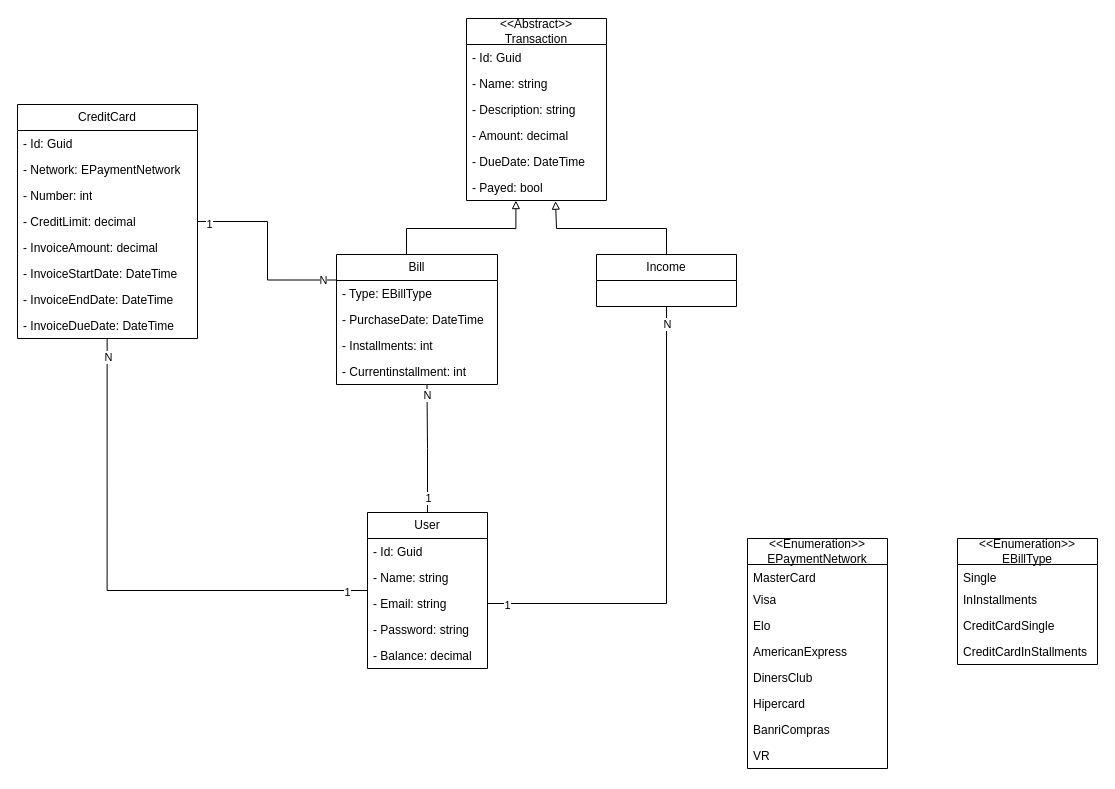
This is page "ClassDiagram" (2 of 2) of PersonalFinances.drawio from devtiagom/personal-finances-backend, a draw.io file, before an edit. Source tidied: cells renumbered, new cells numbered last; positions are measured from the earlier drawing's top-left corner, leaving out a move shared by most shapes. Both pictures are drawn from the tidied source at 100%, with x=0, y=0 at pixel (17, 18).
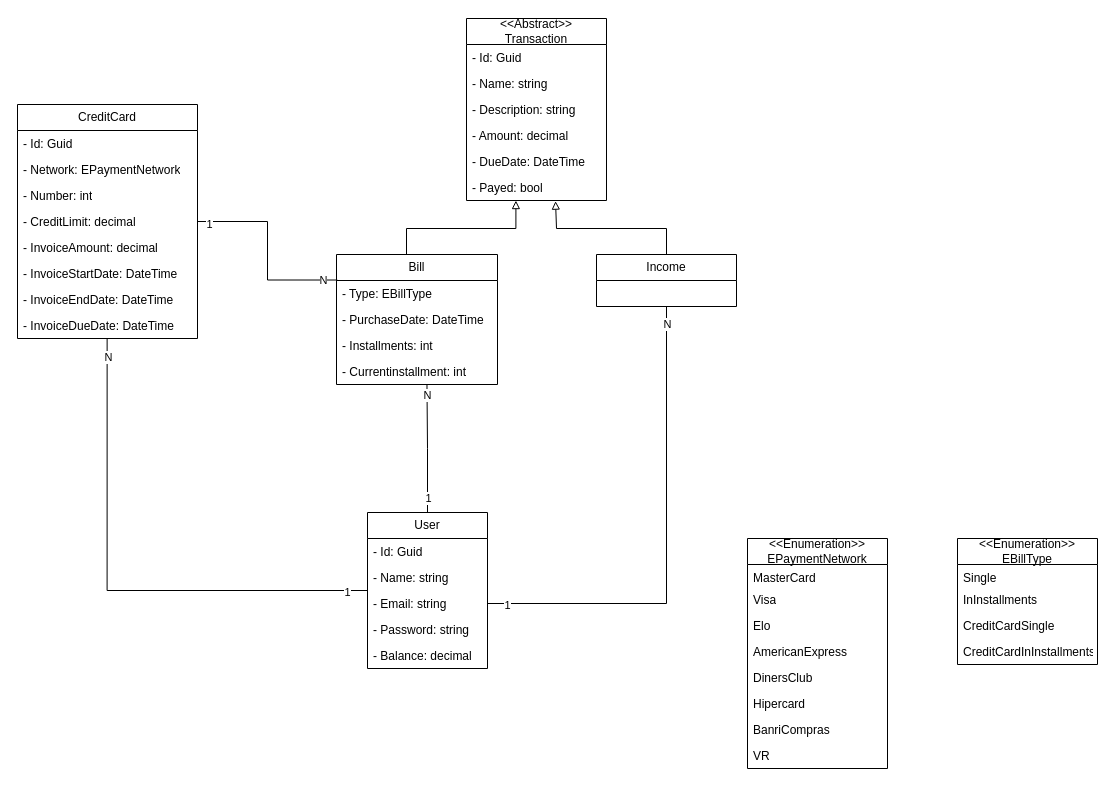
Above is the later version.

The change refers to these unchanged cells:
```xml
<mxCell id="25" value="&amp;lt;&amp;lt;Enumeration&amp;gt;&amp;gt;&lt;br&gt;EBillType" style="swimlane;fontStyle=0;horizontal=1;startSize=26;fillColor=none;whiteSpace=wrap;html=1;" parent="1" vertex="1">
  <mxGeometry x="940" y="520" width="140" height="126" as="geometry" />
</mxCell>
```

What changed in the source:
```diff
@@
-    <mxCell id="29" value="CreditCardInStallments" style="text;strokeColor=none;fillColor=none;align=left;verticalAlign=top;spacingLeft=4;spacingRight=4;overflow=hidden;whiteSpace=wrap;html=1;" parent="25" vertex="1">
+    <mxCell id="29" value="CreditCardInInstallments" style="text;strokeColor=none;fillColor=none;align=left;verticalAlign=top;spacingLeft=4;spacingRight=4;overflow=hidden;whiteSpace=wrap;html=1;" parent="25" vertex="1">
       <mxGeometry y="100" width="140" height="26" as="geometry" />
     </mxCell>
```
